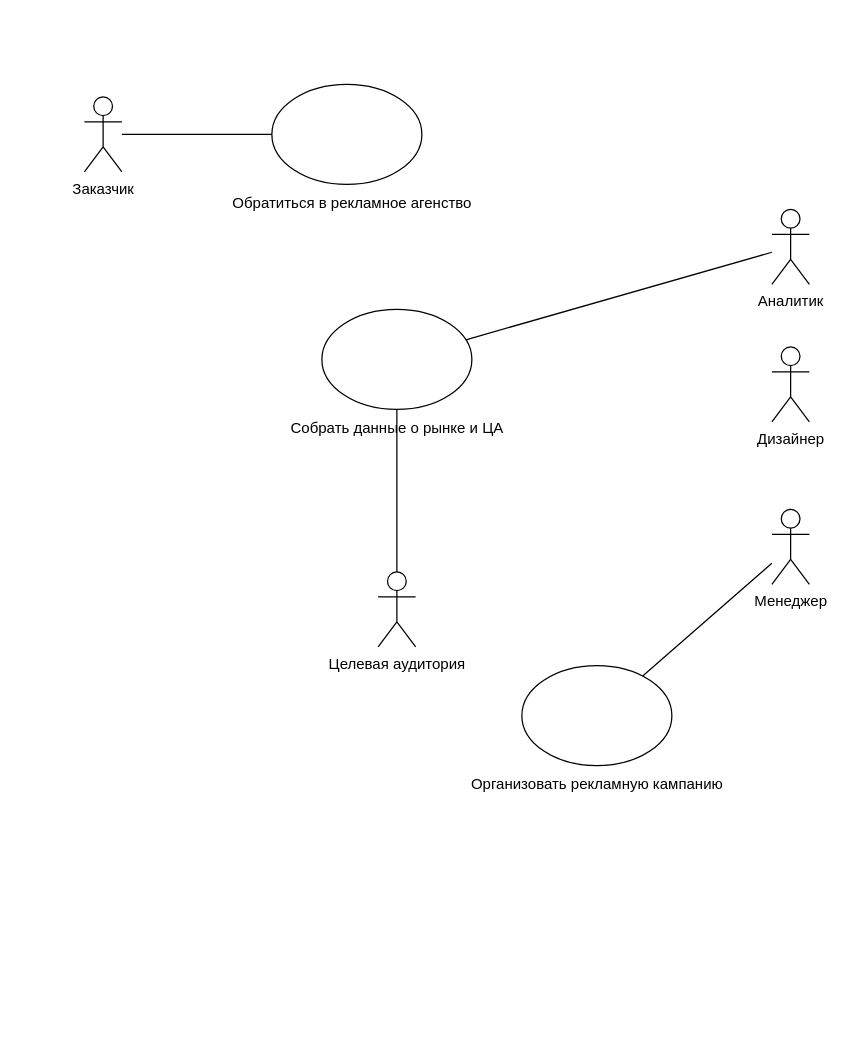
Before: acms3.drawio in v-tempe/draw.io, a draw.io diagram. Source tidied: cells renumbered, new cells numbered last; positions are measured from the earlier drawing's top-left corner, leaving out a move shared by most shapes. Both pictures are drawn from the tidied source at 125%, with x=0, y=0 at pixel (84, 84).
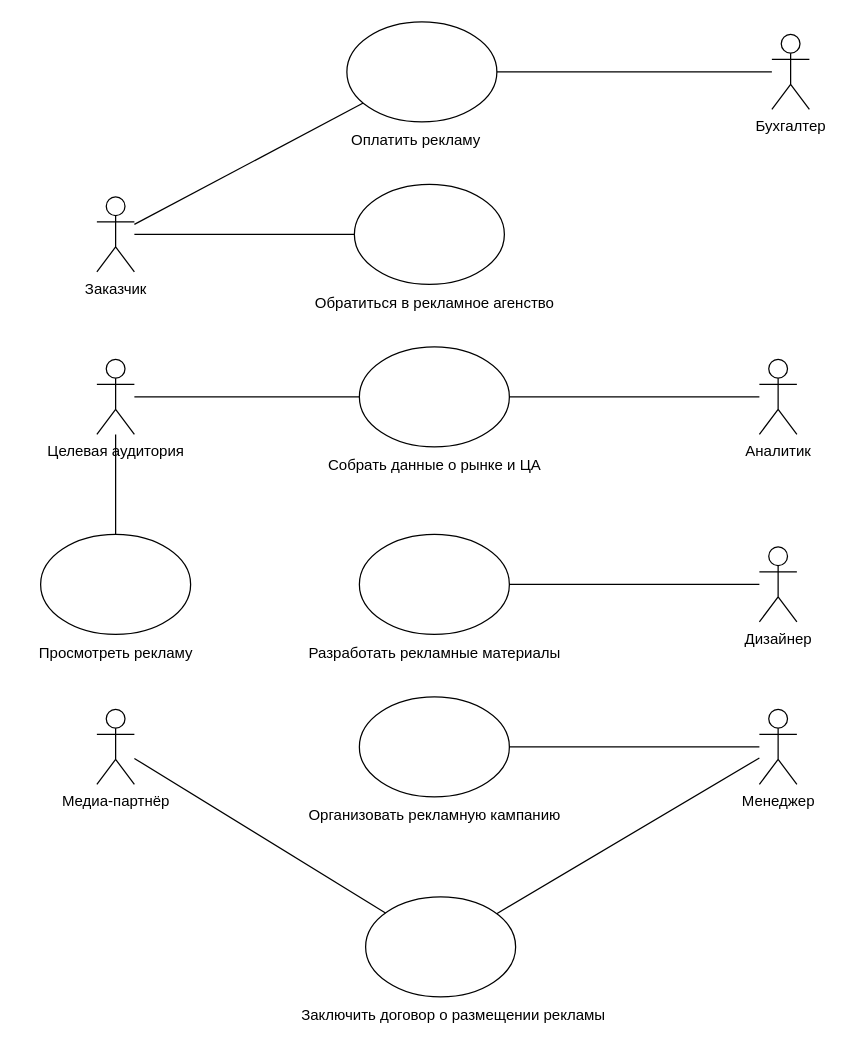
Above is the later version.

Change to the diagram source:
```diff
@@
     <mxCell id="2" value="Заказчик" style="shape=umlActor;verticalLabelPosition=bottom;verticalAlign=top;html=1;outlineConnect=0;" parent="1" vertex="1">
-      <mxGeometry y="10" width="30" height="60" as="geometry" />
+      <mxGeometry x="10" y="90" width="30" height="60" as="geometry" />
     </mxCell>
     <mxCell id="3" value="Дизайнер" style="shape=umlActor;verticalLabelPosition=bottom;verticalAlign=top;html=1;outlineConnect=0;" parent="1" vertex="1">
-      <mxGeometry x="550" y="210" width="30" height="60" as="geometry" />
+      <mxGeometry x="540" y="370" width="30" height="60" as="geometry" />
     </mxCell>
     <mxCell id="4" value="Менеджер" style="shape=umlActor;verticalLabelPosition=bottom;verticalAlign=top;html=1;outlineConnect=0;" parent="1" vertex="1">
-      <mxGeometry x="550" y="340" width="30" height="60" as="geometry" />
+      <mxGeometry x="540" y="500" width="30" height="60" as="geometry" />
     </mxCell>
     <mxCell id="5" value="Аналитик" style="shape=umlActor;verticalLabelPosition=bottom;verticalAlign=top;html=1;outlineConnect=0;" parent="1" vertex="1">
-      <mxGeometry x="550" y="100" width="30" height="60" as="geometry" />
+      <mxGeometry x="540" y="220" width="30" height="60" as="geometry" />
     </mxCell>
     <mxCell id="6" style="ellipse;whiteSpace=wrap;html=1;" parent="1" vertex="1">
-      <mxGeometry x="150" width="120" height="80" as="geometry" />
+      <mxGeometry x="216" y="80" width="120" height="80" as="geometry" />
     </mxCell>
     <mxCell id="7" value="Обратиться в рекламное агенство" style="text;html=1;align=center;verticalAlign=middle;strokeColor=none;fillColor=none;" parent="1" vertex="1">
-      <mxGeometry x="104" y="80" width="220" height="30" as="geometry" />
+      <mxGeometry x="170" y="160" width="220" height="30" as="geometry" />
     </mxCell>
     <mxCell id="8" style="ellipse;whiteSpace=wrap;html=1;" parent="1" vertex="1">
-      <mxGeometry x="190" y="180" width="120" height="80" as="geometry" />
+      <mxGeometry x="220" y="210" width="120" height="80" as="geometry" />
     </mxCell>
     <mxCell id="9" value="Собрать данные о рынке и ЦА" style="text;html=1;align=center;verticalAlign=middle;strokeColor=none;fillColor=none;" parent="1" vertex="1">
-      <mxGeometry x="155" y="260" width="190" height="30" as="geometry" />
+      <mxGeometry x="185" y="290" width="190" height="30" as="geometry" />
     </mxCell>
     <mxCell id="10" value="Целевая аудитория" style="shape=umlActor;verticalLabelPosition=bottom;verticalAlign=top;html=1;outlineConnect=0;" parent="1" vertex="1">
-      <mxGeometry x="235" y="390" width="30" height="60" as="geometry" />
+      <mxGeometry x="10" y="220" width="30" height="60" as="geometry" />
     </mxCell>
@@
     <mxCell id="14" style="ellipse;whiteSpace=wrap;html=1;" parent="1" vertex="1">
-      <mxGeometry x="350" y="465" width="120" height="80" as="geometry" />
+      <mxGeometry x="220" y="490" width="120" height="80" as="geometry" />
     </mxCell>
     <mxCell id="15" value="Организовать рекламную кампанию" style="text;html=1;align=center;verticalAlign=middle;strokeColor=none;fillColor=none;" parent="1" vertex="1">
-      <mxGeometry x="295" y="545" width="230" height="30" as="geometry" />
+      <mxGeometry x="165" y="570" width="230" height="30" as="geometry" />
     </mxCell>
@@
+    <mxCell id="17" style="ellipse;whiteSpace=wrap;html=1;" parent="1" vertex="1">
+      <mxGeometry x="220" y="360" width="120" height="80" as="geometry" />
+    </mxCell>
+    <mxCell id="18" value="Разработать рекламные материалы" style="text;html=1;align=center;verticalAlign=middle;strokeColor=none;fillColor=none;" parent="1" vertex="1">
+      <mxGeometry x="170" y="440" width="220" height="30" as="geometry" />
+    </mxCell>
+    <mxCell id="19" style="endArrow=none;html=1;rounded=0;" parent="1" edge="1" source="17" target="3">
+      <mxGeometry relative="1" as="geometry" />
+    </mxCell>
+    <mxCell id="20" style="ellipse;whiteSpace=wrap;html=1;" parent="1" vertex="1">
+      <mxGeometry x="225" y="650" width="120" height="80" as="geometry" />
+    </mxCell>
+    <mxCell id="21" value="Заключить договор о размещении рекламы" style="text;html=1;align=center;verticalAlign=middle;strokeColor=none;fillColor=none;" parent="1" vertex="1">
+      <mxGeometry x="160" y="730" width="270" height="30" as="geometry" />
+    </mxCell>
+    <mxCell id="22" value="Медиа-партнёр" style="shape=umlActor;verticalLabelPosition=bottom;verticalAlign=top;html=1;outlineConnect=0;" parent="1" vertex="1">
+      <mxGeometry x="10" y="500" width="30" height="60" as="geometry" />
+    </mxCell>
+    <mxCell id="23" style="endArrow=none;html=1;rounded=0;" parent="1" edge="1" source="22" target="20">
+      <mxGeometry relative="1" as="geometry" />
+    </mxCell>
+    <mxCell id="24" style="endArrow=none;html=1;rounded=0;" parent="1" edge="1" source="20" target="4">
+      <mxGeometry relative="1" as="geometry" />
+    </mxCell>
+    <mxCell id="25" style="ellipse;whiteSpace=wrap;html=1;" parent="1" vertex="1">
+      <mxGeometry x="-35" y="360" width="120" height="80" as="geometry" />
+    </mxCell>
+    <mxCell id="26" style="endArrow=none;html=1;rounded=0;" parent="1" edge="1" source="25" target="10">
+      <mxGeometry relative="1" as="geometry" />
+    </mxCell>
+    <mxCell id="27" value="Просмотреть рекламу" style="text;html=1;align=center;verticalAlign=middle;strokeColor=none;fillColor=none;" parent="1" vertex="1">
+      <mxGeometry x="-50" y="440" width="150" height="30" as="geometry" />
+    </mxCell>
+    <mxCell id="28" style="ellipse;whiteSpace=wrap;html=1;" parent="1" vertex="1">
+      <mxGeometry x="210" y="-50" width="120" height="80" as="geometry" />
+    </mxCell>
+    <mxCell id="29" value="Оплатить рекламу" style="text;html=1;align=center;verticalAlign=middle;strokeColor=none;fillColor=none;" parent="1" vertex="1">
+      <mxGeometry x="200" y="30" width="130" height="30" as="geometry" />
+    </mxCell>
+    <mxCell id="30" value="Бухгалтер" style="shape=umlActor;verticalLabelPosition=bottom;verticalAlign=top;html=1;outlineConnect=0;" parent="1" vertex="1">
+      <mxGeometry x="550" y="-40" width="30" height="60" as="geometry" />
+    </mxCell>
+    <mxCell id="31" style="endArrow=none;html=1;rounded=0;" parent="1" edge="1" source="30" target="28">
+      <mxGeometry relative="1" as="geometry" />
+    </mxCell>
+    <mxCell id="32" style="endArrow=none;html=1;rounded=0;" parent="1" edge="1" source="2" target="28">
+      <mxGeometry relative="1" as="geometry" />
+    </mxCell>
```
